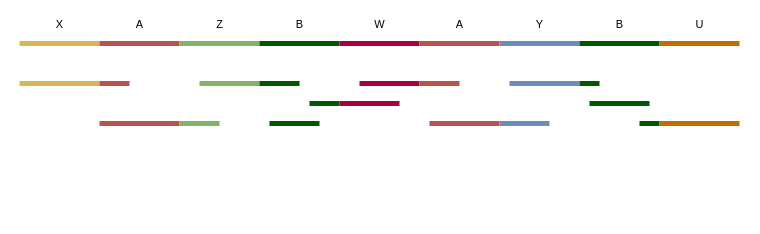
Before: presentation/dotplot_tests/figure_ppt.drawio in LKress/ASA, a draw.io diagram. Source tidied: cells renumbered, new cells numbered last; positions are measured from the earlier drawing's top-left corner, leaving out a move shared by most shapes. Both pictures are drawn from the tidied source at 100%, with x=0, y=0 at pixel (19, 43).
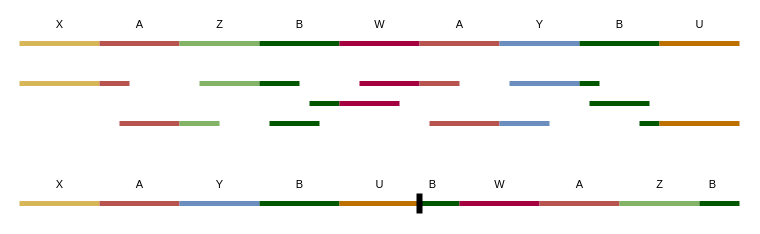
Above is the later version.

Change to the diagram source:
```diff
@@
     <mxCell id="22" style="endArrow=none;html=1;strokeWidth=5;fillColor=#f8cecc;strokeColor=#b85450;" parent="1" edge="1">
       <mxGeometry relative="1" as="geometry">
-        <mxPoint x="80" y="80" as="sourcePoint" />
+        <mxPoint x="100" y="80" as="sourcePoint" />
         <mxPoint x="160" y="80" as="targetPoint" />
       </mxGeometry>
     </mxCell>
@@
+    <mxCell id="38" style="endArrow=none;html=1;fillColor=#fff2cc;strokeColor=#d6b656;strokeWidth=5;" parent="1" edge="1">
+      <mxGeometry relative="1" as="geometry">
+        <mxPoint y="160" as="sourcePoint" />
+        <mxPoint x="80" y="160" as="targetPoint" />
+      </mxGeometry>
+    </mxCell>
+    <mxCell id="39" value="X" style="edgeLabel;html=1;align=center;verticalAlign=middle;" parent="38" vertex="1">
+      <mxGeometry x="0.35" y="-2" relative="1" as="geometry">
+        <mxPoint x="-14.2" y="-22" as="offset" />
+      </mxGeometry>
+    </mxCell>
+    <mxCell id="40" style="endArrow=none;html=1;fillColor=#f8cecc;strokeColor=#b85450;strokeWidth=5;" parent="1" edge="1">
+      <mxGeometry relative="1" as="geometry">
+        <mxPoint x="80" y="160" as="sourcePoint" />
+        <mxPoint x="160" y="160" as="targetPoint" />
+      </mxGeometry>
+    </mxCell>
+    <mxCell id="41" value="A" style="edgeLabel;html=1;align=center;verticalAlign=middle;" parent="40" vertex="1">
+      <mxGeometry x="0.35" y="-2" relative="1" as="geometry">
+        <mxPoint x="-14.2" y="-22" as="offset" />
+      </mxGeometry>
+    </mxCell>
+    <mxCell id="42" style="endArrow=none;html=1;fillColor=#dae8fc;strokeColor=#6c8ebf;strokeWidth=5;" parent="1" edge="1">
+      <mxGeometry relative="1" as="geometry">
+        <mxPoint x="160" y="160" as="sourcePoint" />
+        <mxPoint x="240" y="160" as="targetPoint" />
+      </mxGeometry>
+    </mxCell>
+    <mxCell id="43" value="Y" style="edgeLabel;html=1;align=center;verticalAlign=middle;" parent="42" vertex="1">
+      <mxGeometry x="0.35" y="-2" relative="1" as="geometry">
+        <mxPoint x="-14.2" y="-22" as="offset" />
+      </mxGeometry>
+    </mxCell>
+    <mxCell id="44" style="endArrow=none;html=1;fillColor=#008a00;strokeColor=#005700;strokeWidth=5;" parent="1" edge="1">
+      <mxGeometry relative="1" as="geometry">
+        <mxPoint x="240" y="160" as="sourcePoint" />
+        <mxPoint x="320" y="160" as="targetPoint" />
+      </mxGeometry>
+    </mxCell>
+    <mxCell id="45" value="B" style="edgeLabel;html=1;align=center;verticalAlign=middle;" parent="44" vertex="1">
+      <mxGeometry x="0.35" y="-2" relative="1" as="geometry">
+        <mxPoint x="-14.2" y="-22" as="offset" />
+      </mxGeometry>
+    </mxCell>
+    <mxCell id="46" style="endArrow=none;html=1;fillColor=#f0a30a;strokeColor=#BD7000;strokeWidth=5;" parent="1" edge="1">
+      <mxGeometry relative="1" as="geometry">
+        <mxPoint x="320" y="160" as="sourcePoint" />
+        <mxPoint x="400" y="160" as="targetPoint" />
+      </mxGeometry>
+    </mxCell>
+    <mxCell id="47" value="U" style="edgeLabel;html=1;align=center;verticalAlign=middle;" parent="46" vertex="1">
+      <mxGeometry x="0.35" y="-2" relative="1" as="geometry">
+        <mxPoint x="-14.2" y="-22" as="offset" />
+      </mxGeometry>
+    </mxCell>
+    <mxCell id="48" style="endArrow=none;html=1;fillColor=#008a00;strokeColor=#005700;strokeWidth=5;" parent="1" edge="1">
+      <mxGeometry relative="1" as="geometry">
+        <mxPoint x="400" y="160" as="sourcePoint" />
+        <mxPoint x="440" y="160" as="targetPoint" />
+      </mxGeometry>
+    </mxCell>
+    <mxCell id="49" value="B" style="edgeLabel;html=1;align=center;verticalAlign=middle;" parent="48" vertex="1">
+      <mxGeometry x="0.35" y="-2" relative="1" as="geometry">
+        <mxPoint x="-14.2" y="-22" as="offset" />
+      </mxGeometry>
+    </mxCell>
+    <mxCell id="50" style="endArrow=none;html=1;strokeWidth=6;" parent="1" edge="1">
+      <mxGeometry relative="1" as="geometry">
+        <mxPoint x="400" y="170" as="sourcePoint" />
+        <mxPoint x="400" y="150" as="targetPoint" />
+      </mxGeometry>
+    </mxCell>
+    <mxCell id="51" style="endArrow=none;html=1;fillColor=#d80073;strokeColor=#A50040;strokeWidth=5;" parent="1" edge="1">
+      <mxGeometry relative="1" as="geometry">
+        <mxPoint x="440" y="160" as="sourcePoint" />
+        <mxPoint x="520" y="160" as="targetPoint" />
+      </mxGeometry>
+    </mxCell>
+    <mxCell id="52" value="W" style="edgeLabel;html=1;align=center;verticalAlign=middle;" parent="51" vertex="1">
+      <mxGeometry x="0.35" y="-2" relative="1" as="geometry">
+        <mxPoint x="-14.2" y="-22" as="offset" />
+      </mxGeometry>
+    </mxCell>
+    <mxCell id="53" style="endArrow=none;html=1;fillColor=#f8cecc;strokeColor=#b85450;strokeWidth=5;" parent="1" edge="1">
+      <mxGeometry relative="1" as="geometry">
+        <mxPoint x="520" y="160" as="sourcePoint" />
+        <mxPoint x="600" y="160" as="targetPoint" />
+      </mxGeometry>
+    </mxCell>
+    <mxCell id="54" value="A" style="edgeLabel;html=1;align=center;verticalAlign=middle;" parent="53" vertex="1">
+      <mxGeometry x="0.35" y="-2" relative="1" as="geometry">
+        <mxPoint x="-14.2" y="-22" as="offset" />
+      </mxGeometry>
+    </mxCell>
+    <mxCell id="55" style="endArrow=none;html=1;fillColor=#d5e8d4;strokeColor=#82b366;strokeWidth=5;" parent="1" edge="1">
+      <mxGeometry relative="1" as="geometry">
+        <mxPoint x="600" y="160" as="sourcePoint" />
+        <mxPoint x="680" y="160" as="targetPoint" />
+      </mxGeometry>
+    </mxCell>
+    <mxCell id="56" value="Z" style="edgeLabel;html=1;align=center;verticalAlign=middle;" parent="55" vertex="1">
+      <mxGeometry x="0.35" y="-2" relative="1" as="geometry">
+        <mxPoint x="-14.2" y="-22" as="offset" />
+      </mxGeometry>
+    </mxCell>
+    <mxCell id="57" style="endArrow=none;html=1;fillColor=#008a00;strokeColor=#005700;strokeWidth=5;" parent="1" edge="1">
+      <mxGeometry relative="1" as="geometry">
+        <mxPoint x="680" y="160" as="sourcePoint" />
+        <mxPoint x="720" y="160" as="targetPoint" />
+      </mxGeometry>
+    </mxCell>
+    <mxCell id="58" value="B" style="edgeLabel;html=1;align=center;verticalAlign=middle;" parent="57" vertex="1">
+      <mxGeometry x="0.35" y="-2" relative="1" as="geometry">
+        <mxPoint x="-14.2" y="-22" as="offset" />
+      </mxGeometry>
+    </mxCell>
```
